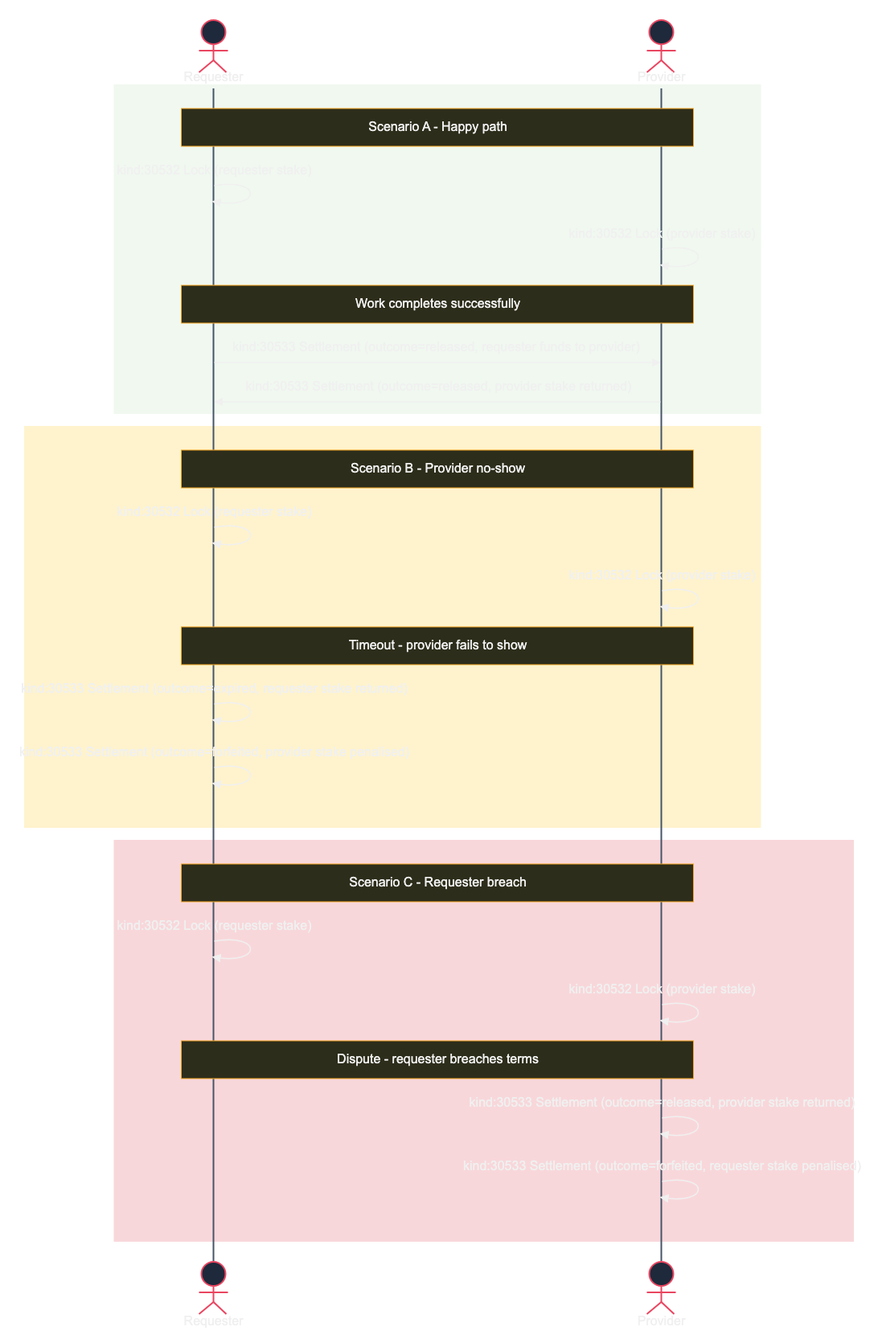
Before: images/escrow-5.png, a diagram exported from Mermaid (forgesworn/nip-drafts). Its source is kept beside it as images/escrow-5.mmd. Source of this version:
```mermaid
sequenceDiagram
    actor R as Requester
    actor P as Provider

    rect rgb(240, 248, 240)
        Note over R,P: Scenario A - Happy path
        R->>R: kind:30532 Lock (requester stake)
        P->>P: kind:30532 Lock (provider stake)
        Note over R,P: Work completes successfully
        R->>P: kind:30533 Settlement (outcome=released, requester funds to provider)
        P->>R: kind:30533 Settlement (outcome=released, provider stake returned)
    end

    rect rgb(255, 243, 205)
        Note over R,P: Scenario B - Provider no-show
        R->>R: kind:30532 Lock (requester stake)
        P->>P: kind:30532 Lock (provider stake)
        Note over R,P: Timeout - provider fails to show
        R->>R: kind:30533 Settlement (outcome=expired, requester stake returned)
        R->>R: kind:30533 Settlement (outcome=forfeited, provider stake penalised)
    end

    rect rgb(248, 215, 218)
        Note over R,P: Scenario C - Requester breach
        R->>R: kind:30532 Lock (requester stake)
        P->>P: kind:30532 Lock (provider stake)
        Note over R,P: Dispute - requester breaches terms
        P->>P: kind:30533 Settlement (outcome=released, provider stake returned)
        P->>P: kind:30533 Settlement (outcome=forfeited, requester stake penalised)
    end
```
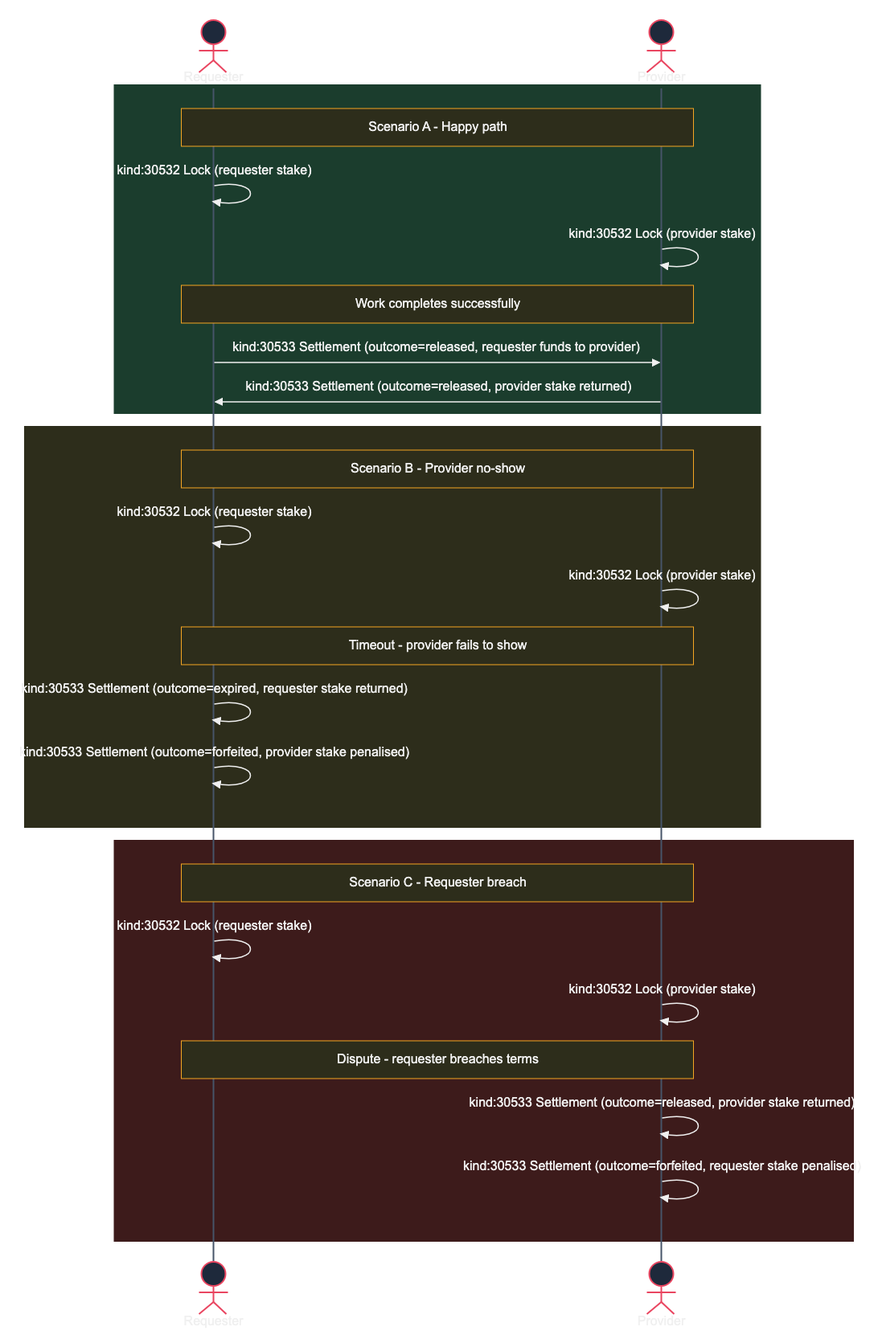
After the change.

Change to the diagram source:
```diff
@@ -2,7 +2,7 @@
     actor R as Requester
     actor P as Provider
 
-    rect rgb(240, 248, 240)
+    rect rgb(27, 61, 45)
         Note over R,P: Scenario A - Happy path
         R->>R: kind:30532 Lock (requester stake)
         P->>P: kind:30532 Lock (provider stake)
@@ -11,7 +11,7 @@
         P->>R: kind:30533 Settlement (outcome=released, provider stake returned)
     end
 
-    rect rgb(255, 243, 205)
+    rect rgb(45, 45, 27)
         Note over R,P: Scenario B - Provider no-show
         R->>R: kind:30532 Lock (requester stake)
         P->>P: kind:30532 Lock (provider stake)
@@ -20,7 +20,7 @@
         R->>R: kind:30533 Settlement (outcome=forfeited, provider stake penalised)
     end
 
-    rect rgb(248, 215, 218)
+    rect rgb(61, 27, 27)
         Note over R,P: Scenario C - Requester breach
         R->>R: kind:30532 Lock (requester stake)
         P->>P: kind:30532 Lock (provider stake)
```
